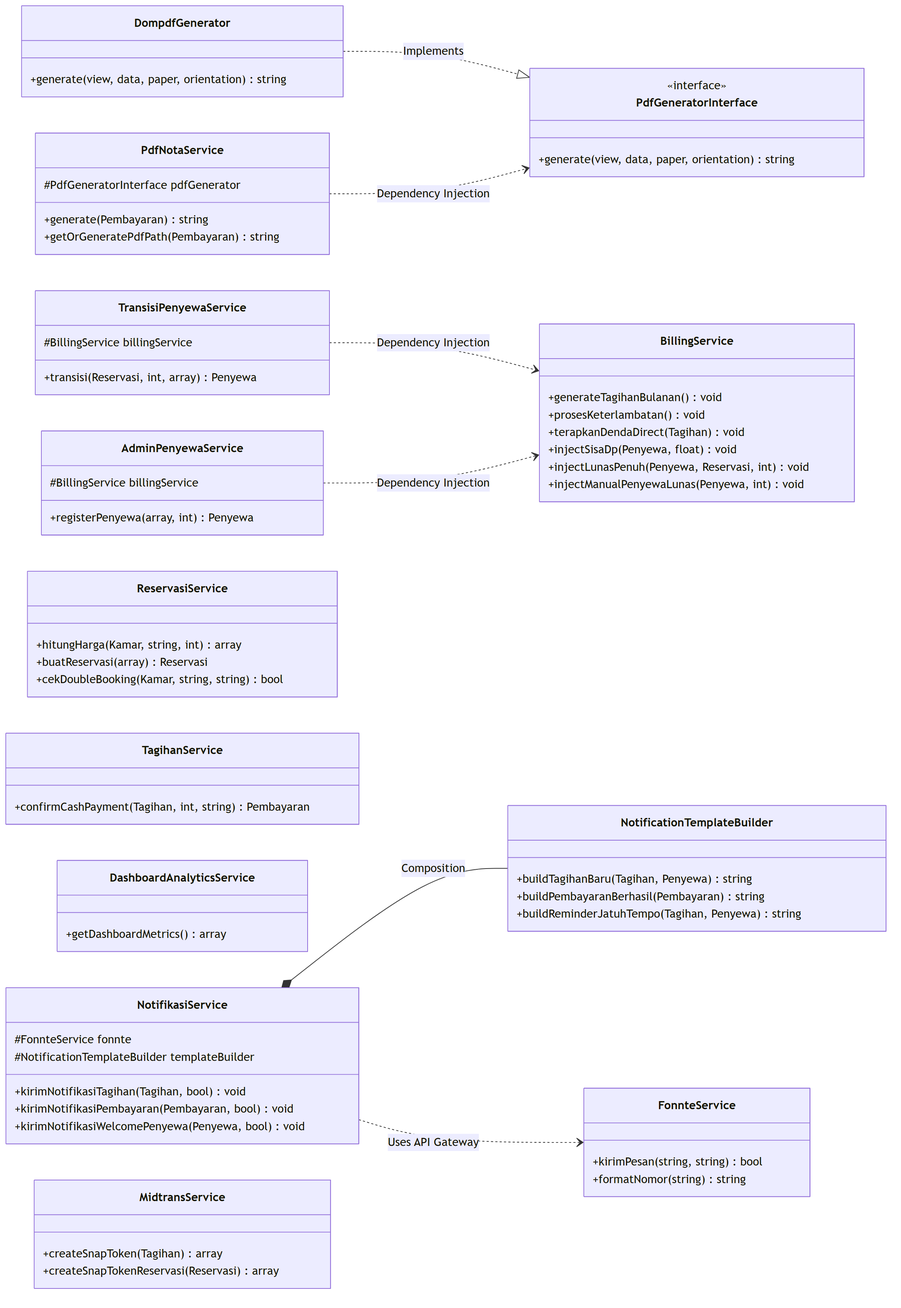
Earlier version of the Mermaid export Blueprint/class/class_relasi_service_layer.png (rafifarsyapradiva/asri-boarding-house). Its source is kept beside it as Blueprint/class/class_relasi_service_layer.mmd. The source it was exported from:
```mermaid
classDiagram
    direction LR

    class PdfGeneratorInterface {
        <<interface>>
        +generate(view, data, paper, orientation) string
    }

    class DompdfGenerator {
        +generate(view, data, paper, orientation) string
    }

    class PdfNotaService {
        #PdfGeneratorInterface pdfGenerator
        +generate(Pembayaran) string
        +getOrGeneratePdfPath(Pembayaran) string
    }

    class BillingService {
        +generateTagihanBulanan() void
        +prosesKeterlambatan() void
        +terapkanDendaDirect(Tagihan) void
        +injectSisaDp(Penyewa, float) void
        +injectLunasPenuh(Penyewa, Reservasi, int) void
        +injectManualPenyewaLunas(Penyewa, int) void
    }

    class TransisiPenyewaService {
        #BillingService billingService
        +transisi(Reservasi, int, array) Penyewa
    }

    class AdminPenyewaService {
        #BillingService billingService
        +registerPenyewa(array, int) Penyewa
    }

    class ReservasiService {
        +hitungHarga(Kamar, string, int) array
        +buatReservasi(array) Reservasi
        +cekDoubleBooking(Kamar, string, string) bool
    }

    class TagihanService {
        +confirmCashPayment(Tagihan, int, string) Pembayaran
    }

    class DashboardAnalyticsService {
        +getDashboardMetrics() array
    }

    class NotificationTemplateBuilder {
        +buildTagihanBaru(Tagihan, Penyewa) string
        +buildPembayaranBerhasil(Pembayaran) string
        +buildReminderJatuhTempo(Tagihan, Penyewa) string
    }

    class NotifikasiService {
        #FonnteService fonnte
        #NotificationTemplateBuilder templateBuilder
        +kirimNotifikasiTagihan(Tagihan, bool) void
        +kirimNotifikasiPembayaran(Pembayaran, bool) void
        +kirimNotifikasiWelcomePenyewa(Penyewa, bool) void
    }

    class FonnteService {
        +kirimPesan(string, string) bool
        +formatNomor(string) string
    }

    class MidtransService {
        +createSnapToken(Tagihan) array
        +createSnapTokenReservasi(Reservasi) array
    }

    DompdfGenerator ..|> PdfGeneratorInterface : Implements
    PdfNotaService ..> PdfGeneratorInterface : Dependency Injection
    TransisiPenyewaService ..> BillingService : Dependency Injection
    AdminPenyewaService ..> BillingService : Dependency Injection
    NotifikasiService *-- NotificationTemplateBuilder : Composition
    NotifikasiService ..> FonnteService : Uses API Gateway
```
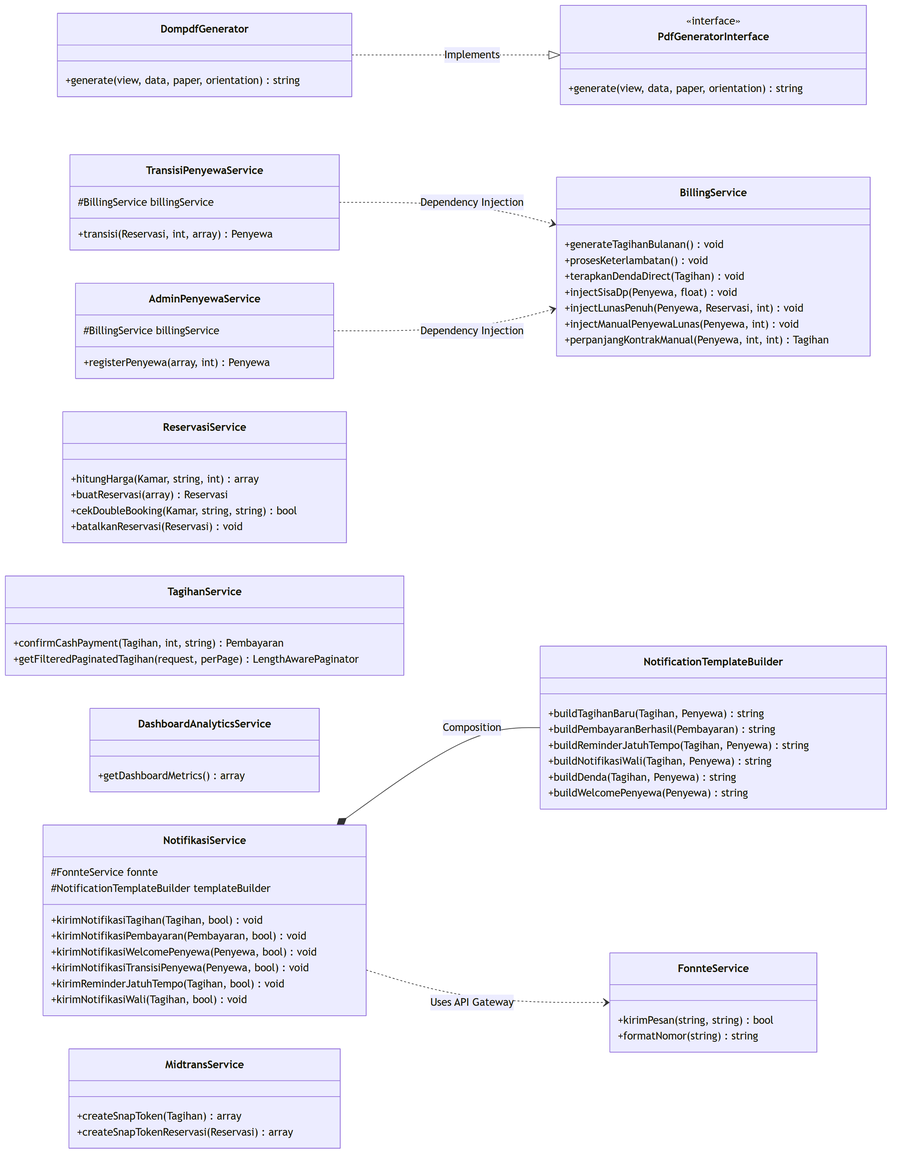
After the commit.

Change to the diagram source:
```diff
@@ -10,12 +10,6 @@
         +generate(view, data, paper, orientation) string
     }
 
-    class PdfNotaService {
-        #PdfGeneratorInterface pdfGenerator
-        +generate(Pembayaran) string
-        +getOrGeneratePdfPath(Pembayaran) string
-    }
-
     class BillingService {
         +generateTagihanBulanan() void
         +prosesKeterlambatan() void
@@ -23,6 +17,7 @@
         +injectSisaDp(Penyewa, float) void
         +injectLunasPenuh(Penyewa, Reservasi, int) void
         +injectManualPenyewaLunas(Penyewa, int) void
+        +perpanjangKontrakManual(Penyewa, int, int) Tagihan
     }
 
     class TransisiPenyewaService {
@@ -39,10 +34,12 @@
         +hitungHarga(Kamar, string, int) array
         +buatReservasi(array) Reservasi
         +cekDoubleBooking(Kamar, string, string) bool
+        +batalkanReservasi(Reservasi) void
     }
 
     class TagihanService {
         +confirmCashPayment(Tagihan, int, string) Pembayaran
+        +getFilteredPaginatedTagihan(request, perPage) LengthAwarePaginator
     }
 
     class DashboardAnalyticsService {
@@ -53,6 +50,9 @@
         +buildTagihanBaru(Tagihan, Penyewa) string
         +buildPembayaranBerhasil(Pembayaran) string
         +buildReminderJatuhTempo(Tagihan, Penyewa) string
+        +buildNotifikasiWali(Tagihan, Penyewa) string
+        +buildDenda(Tagihan, Penyewa) string
+        +buildWelcomePenyewa(Penyewa) string
     }
 
     class NotifikasiService {
@@ -61,6 +61,9 @@
         +kirimNotifikasiTagihan(Tagihan, bool) void
         +kirimNotifikasiPembayaran(Pembayaran, bool) void
         +kirimNotifikasiWelcomePenyewa(Penyewa, bool) void
+        +kirimNotifikasiTransisiPenyewa(Penyewa, bool) void
+        +kirimReminderJatuhTempo(Tagihan, bool) void
+        +kirimNotifikasiWali(Tagihan, bool) void
     }
 
     class FonnteService {
@@ -74,7 +77,6 @@
     }
 
     DompdfGenerator ..|> PdfGeneratorInterface : Implements
-    PdfNotaService ..> PdfGeneratorInterface : Dependency Injection
     TransisiPenyewaService ..> BillingService : Dependency Injection
     AdminPenyewaService ..> BillingService : Dependency Injection
     NotifikasiService *-- NotificationTemplateBuilder : Composition
```
